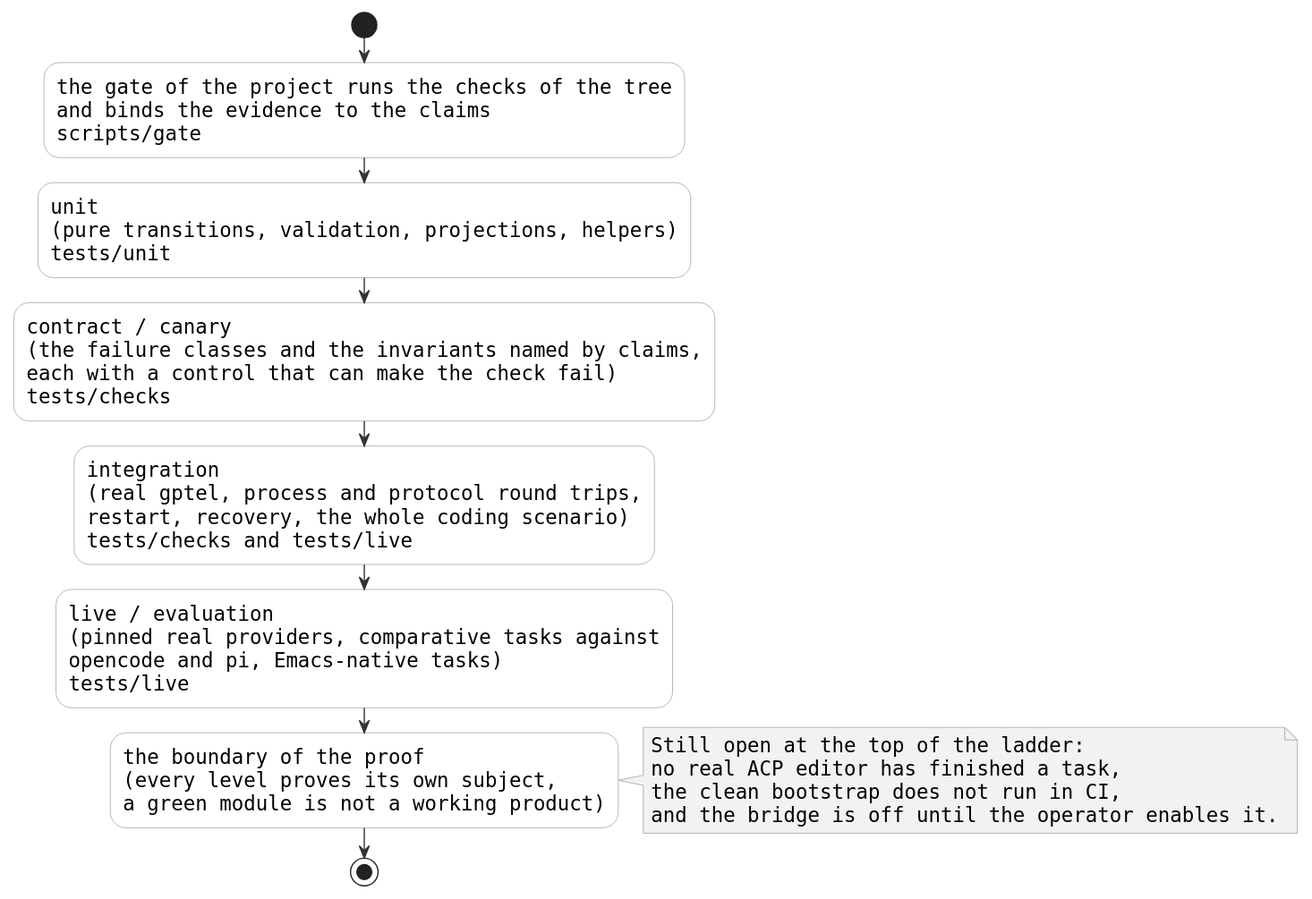
Earlier version of the PlantUML export site/assets/diagrams/check-levels-light.svg (11111000000/yeah).
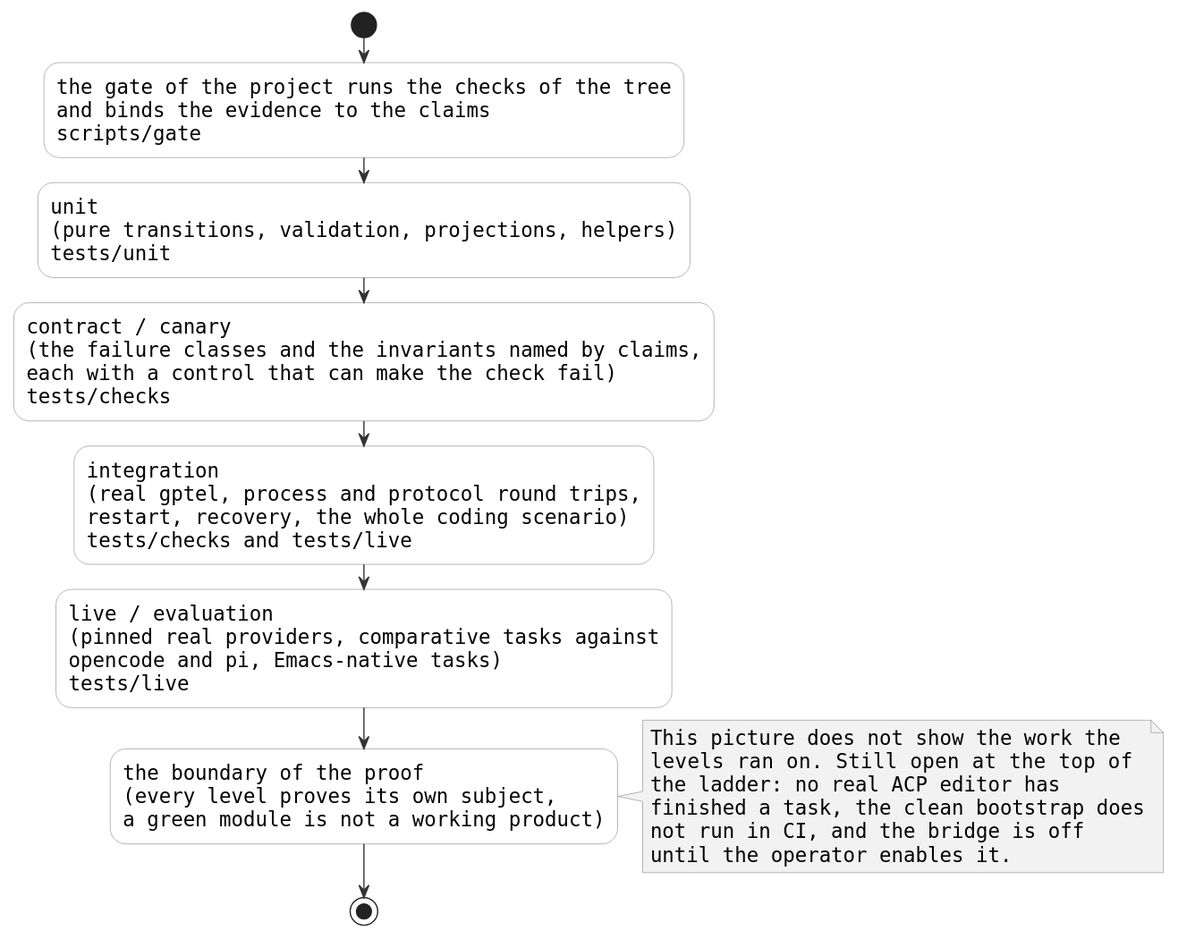
Above is the later version.

Change to the diagram source:
```diff
@@ -1,4 +1,5 @@
 @startuml
+!define SUBJECT_BG #EAF4EA
 skinparam nodeStyle rectangle
 skinparam stateStyle rectangle
 skinparam componentStyle rectangle
@@ -56,10 +57,12 @@
 a green module is not a working product);
 
 note right
-  Still open at the top of the ladder:
-  no real ACP editor has finished a task,
-  the clean bootstrap does not run in CI,
-  and the bridge is off until the operator enables it.
+  This picture does not show the work the
+  levels ran on.  Still open at the top of
+  the ladder: no real ACP editor has
+  finished a task, the clean bootstrap does
+  not run in CI, and the bridge is off
+  until the operator enables it.
 end note
 stop
 @enduml
```
